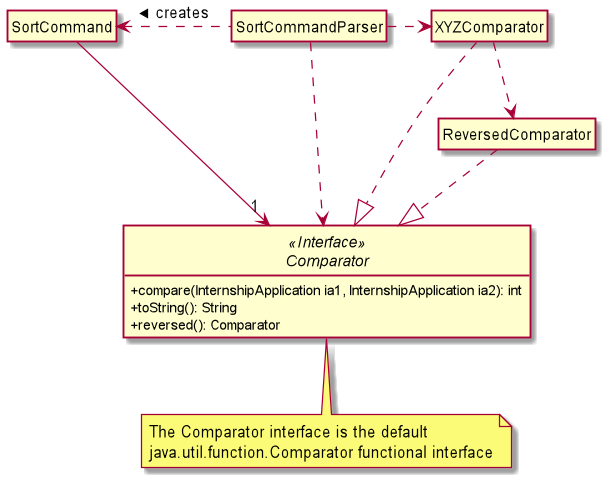
The PlantUML diagram images/ComparatorClassDiagram.png in AY1920S2-CS2103T-F10-2/main, before a commit.
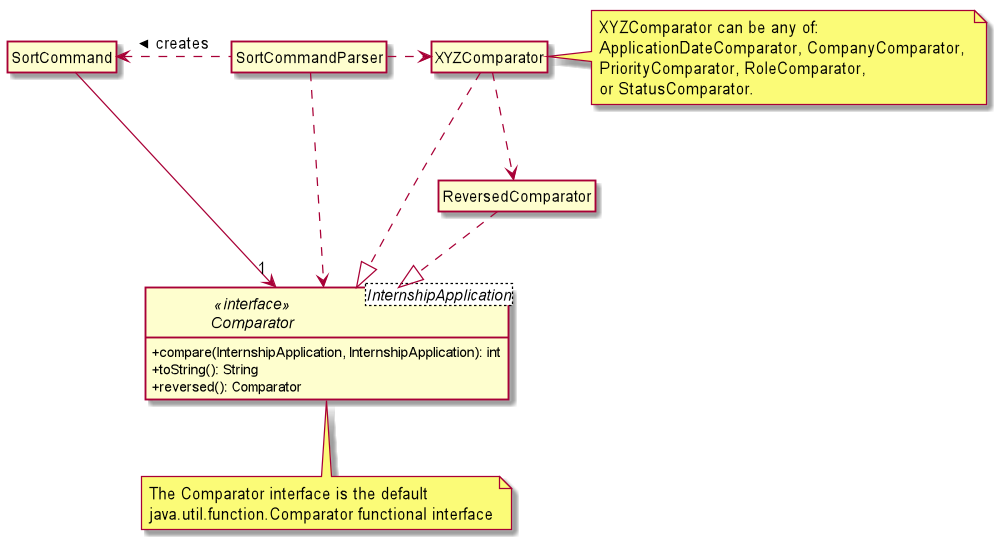
Above is the later version.

What changed in the source:
```diff
@@ -10,8 +10,8 @@
 Class SortCommandParser {
 }
 
-Interface Comparator <<Interface>> {
-    + compare(InternshipApplication ia1, InternshipApplication ia2): int
+Interface Comparator <InternshipApplication> <<interface>>{
+    + compare(InternshipApplication, InternshipApplication): int
     + toString(): String
     + reversed(): Comparator
 }
@@ -27,7 +27,15 @@
   java.util.function.Comparator functional interface
 end note
 
+note as N2
+    XYZComparator can be any of:
+    ApplicationDateComparator, CompanyComparator,
+    PriorityComparator, RoleComparator,
+    or StatusComparator.
+end note
+
 Comparator .. N1
+XYZComparator .right. N2
 
 SortCommandParser .left.> SortCommand : creates >
 SortCommandParser .right.> XYZComparator
```
